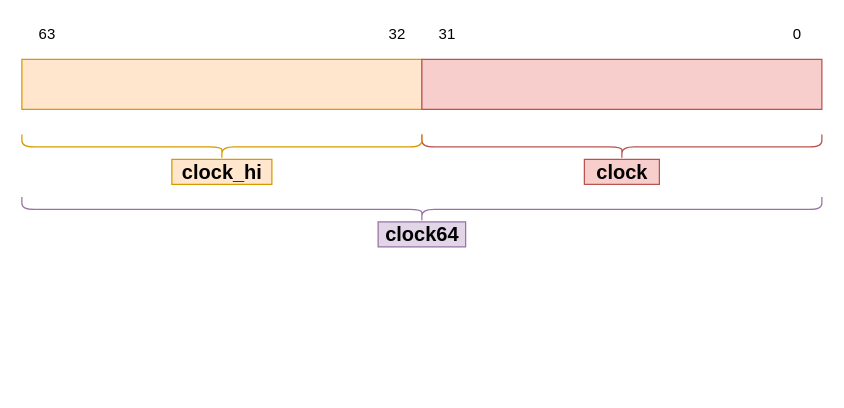
Earlier version of the draw.io diagram register_clock.drawio (alanzhai219/cuda_learn). Source tidied: cells renumbered, new cells numbered last; positions are measured from the earlier drawing's top-left corner, leaving out a move shared by most shapes. Both pictures are drawn from the tidied source at 125%, with x=0, y=0 at pixel (21, -191).
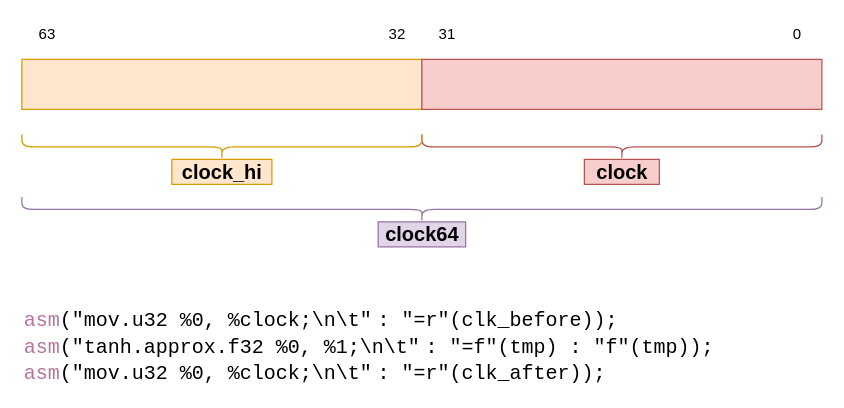
Above is the later version.

The edit, as a diff of the source:
```diff
@@
 <mxGraphModel>
   <root>
     <mxCell id="0" />
     <mxCell id="1" parent="0" />
     <mxCell id="2" value="0" style="text;html=1;align=center;verticalAlign=middle;strokeColor=none;fillColor=none;" parent="1" vertex="1">
       <mxGeometry x="610" y="170" width="20" height="20" as="geometry" />
     </mxCell>
     <mxCell id="3" value="63" style="text;html=1;align=center;verticalAlign=middle;strokeColor=none;fillColor=none;" parent="1" vertex="1">
       <mxGeometry x="5" y="170" width="30" height="20" as="geometry" />
     </mxCell>
     <mxCell id="4" value="31" style="text;html=1;align=center;verticalAlign=middle;strokeColor=none;fillColor=none;" parent="1" vertex="1">
       <mxGeometry x="325" y="170" width="30" height="20" as="geometry" />
     </mxCell>
     <mxCell id="5" style="rounded=0;whiteSpace=wrap;html=1;fillColor=#ffe6cc;strokeColor=#d79b00;" parent="1" vertex="1">
       <mxGeometry y="200" width="320" height="40" as="geometry" />
     </mxCell>
     <mxCell id="6" style="rounded=0;whiteSpace=wrap;html=1;fillColor=#f8cecc;strokeColor=#b85450;" parent="1" vertex="1">
       <mxGeometry x="320" y="200" width="320" height="40" as="geometry" />
     </mxCell>
     <mxCell id="7" value="32" style="text;html=1;align=center;verticalAlign=middle;strokeColor=none;fillColor=none;" parent="1" vertex="1">
       <mxGeometry x="285" y="170" width="30" height="20" as="geometry" />
     </mxCell>
     <mxCell id="8" style="shape=curlyBracket;whiteSpace=wrap;html=1;rounded=1;flipH=1;rotation=90;fillColor=#f8cecc;strokeColor=#b85450;" parent="1" vertex="1">
       <mxGeometry x="470" y="110" width="20" height="320" as="geometry" />
     </mxCell>
     <mxCell id="9" value="&lt;font size=&quot;1&quot;&gt;&lt;b style=&quot;font-size: 16px&quot;&gt;clock&lt;/b&gt;&lt;/font&gt;" style="text;html=1;align=center;verticalAlign=middle;strokeColor=#b85450;fillColor=#f8cecc;" parent="1" vertex="1">
       <mxGeometry x="450" y="280" width="60" height="20" as="geometry" />
     </mxCell>
     <mxCell id="10" value="&lt;b&gt;&lt;font style=&quot;font-size: 16px&quot;&gt;clock_hi&lt;/font&gt;&lt;/b&gt;" style="text;html=1;align=center;verticalAlign=middle;strokeColor=#d79b00;fillColor=#ffe6cc;" parent="1" vertex="1">
       <mxGeometry x="120" y="280" width="80" height="20" as="geometry" />
     </mxCell>
     <mxCell id="11" style="shape=curlyBracket;whiteSpace=wrap;html=1;rounded=1;flipH=1;rotation=90;fillColor=#ffe6cc;strokeColor=#d79b00;" parent="1" vertex="1">
       <mxGeometry x="150" y="110" width="20" height="320" as="geometry" />
     </mxCell>
     <mxCell id="12" style="shape=curlyBracket;whiteSpace=wrap;html=1;rounded=1;flipH=1;rotation=90;fillColor=#e1d5e7;strokeColor=#9673a6;" parent="1" vertex="1">
       <mxGeometry x="310" width="20" height="640" as="geometry" />
     </mxCell>
     <mxCell id="13" value="&lt;b&gt;&lt;font style=&quot;font-size: 16px&quot;&gt;clock64&lt;/font&gt;&lt;/b&gt;" style="text;html=1;align=center;verticalAlign=middle;strokeColor=#9673a6;fillColor=#e1d5e7;" parent="1" vertex="1">
       <mxGeometry x="285" y="330" width="70" height="20" as="geometry" />
     </mxCell>
+    <mxCell id="14" value="&lt;div class=&quot;container&quot; title=&quot;Hint: double-click to select code&quot;&gt;&lt;div class=&quot;line number1 index0 alt2&quot;&gt;&lt;code class=&quot;cpp plain&quot;&gt;&lt;font color=&quot;#b5739d&quot;&gt;asm&lt;/font&gt;(&lt;/code&gt;&lt;code class=&quot;cpp string&quot;&gt;&quot;mov.u32 %0, %clock;\n\t&quot;&lt;/code&gt; &lt;code class=&quot;cpp plain&quot;&gt;: &lt;/code&gt;&lt;code class=&quot;cpp string&quot;&gt;&quot;=r&quot;&lt;/code&gt;&lt;code class=&quot;cpp plain&quot;&gt;(clk_before));&lt;/code&gt;&lt;/div&gt;&lt;div class=&quot;line number2 index1 alt1&quot;&gt;&lt;code class=&quot;cpp plain&quot;&gt;&lt;font color=&quot;#b5739d&quot;&gt;asm&lt;/font&gt;(&lt;/code&gt;&lt;code class=&quot;cpp string&quot;&gt;&quot;tanh.approx.f32 %0, %1;\n\t&quot;&lt;/code&gt; &lt;code class=&quot;cpp plain&quot;&gt;: &lt;/code&gt;&lt;code class=&quot;cpp string&quot;&gt;&quot;=f&quot;&lt;/code&gt;&lt;code class=&quot;cpp plain&quot;&gt;(tmp) : &lt;/code&gt;&lt;code class=&quot;cpp string&quot;&gt;&quot;f&quot;&lt;/code&gt;&lt;code class=&quot;cpp plain&quot;&gt;(tmp));&lt;/code&gt;&lt;/div&gt;&lt;div class=&quot;line number3 index2 alt2&quot;&gt;&lt;code class=&quot;cpp plain&quot;&gt;&lt;font color=&quot;#b5739d&quot;&gt;asm&lt;/font&gt;(&lt;/code&gt;&lt;code class=&quot;cpp string&quot;&gt;&quot;mov.u32 %0, %clock;\n\t&quot;&lt;/code&gt; &lt;code class=&quot;cpp plain&quot;&gt;: &lt;/code&gt;&lt;code class=&quot;cpp string&quot;&gt;&quot;=r&quot;&lt;/code&gt;&lt;code class=&quot;cpp plain&quot;&gt;(clk_after));&amp;nbsp; &amp;nbsp;&lt;/code&gt;&lt;/div&gt;&lt;/div&gt;" style="text;html=1;align=left;verticalAlign=middle;strokeColor=none;fillColor=none;fontSize=16;" parent="1" vertex="1">
+      <mxGeometry y="400" width="570" height="60" as="geometry" />
+    </mxCell>
   </root>
 </mxGraphModel>
```
